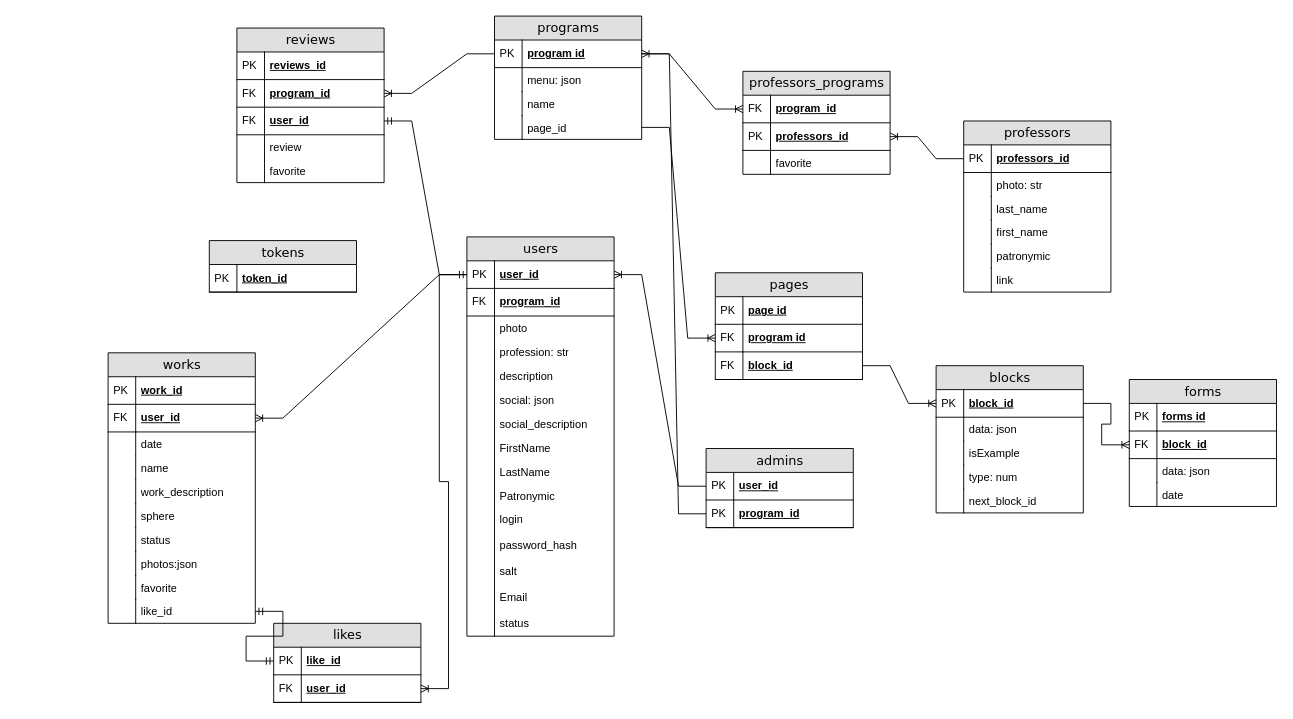
HerzenStudents-ITxD/lending-skills-frontend-docs-2025s keeps this draw.io diagram as Диаграмма без названия.drawio. Above is the earlier version. Source tidied: cells renumbered, new cells numbered last; positions are measured from the earlier drawing's top-left corner, leaving out a move shared by most shapes. Both pictures are drawn from the tidied source at 92%, with x=0, y=0 at pixel (108, 16).
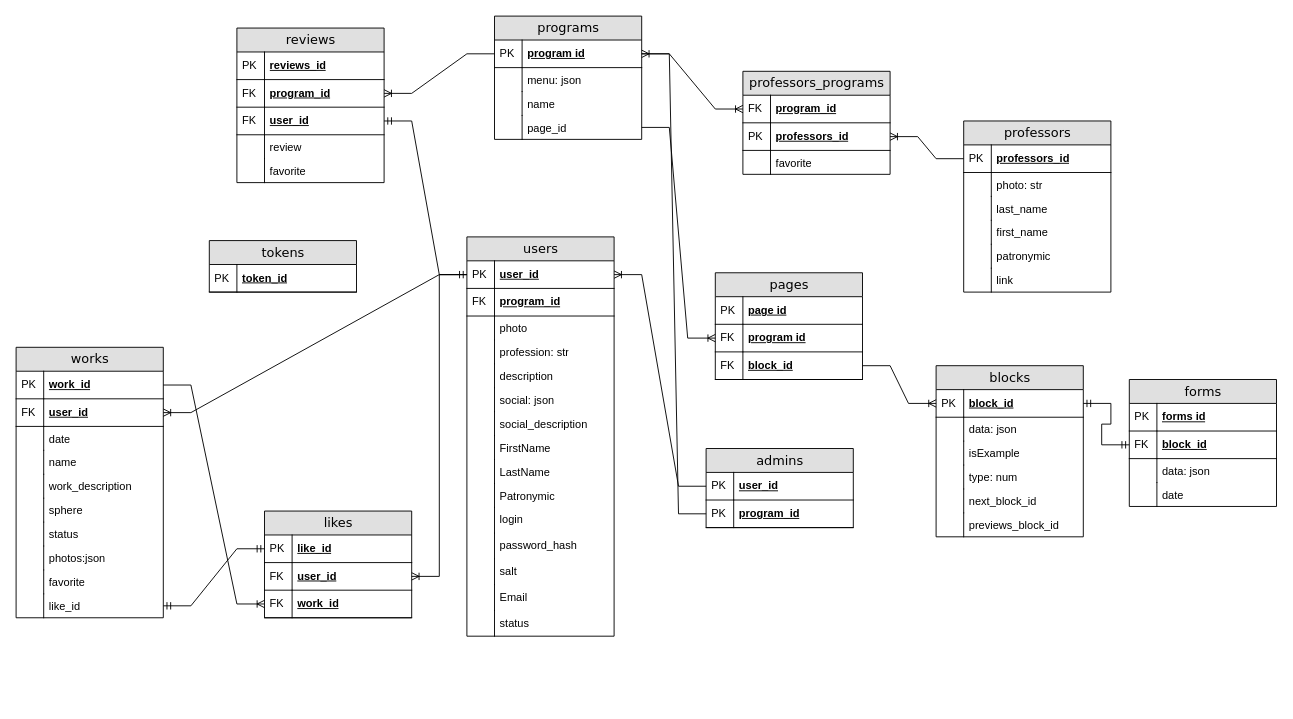
Above is the later version.

The change refers to these unchanged cells:
```xml
<mxCell id="52" value="block_id" style="shape=partialRectangle;top=0;left=0;right=0;bottom=1;html=1;align=left;verticalAlign=middle;fillColor=none;spacingLeft=34;spacingRight=4;whiteSpace=wrap;overflow=hidden;points=[[0,0.5],[1,0.5]];portConstraint=eastwest;fontStyle=5;" parent="51" vertex="1">
  <mxGeometry y="26" width="160" height="30" as="geometry" />
</mxCell>
<mxCell id="101" value="work_id" style="shape=partialRectangle;top=0;left=0;right=0;bottom=1;html=1;align=left;verticalAlign=middle;fillColor=none;spacingLeft=34;spacingRight=4;whiteSpace=wrap;overflow=hidden;points=[[0,0.5],[1,0.5]];portConstraint=eastwest;fontStyle=5;" parent="100" vertex="1">
  <mxGeometry y="26" width="160" height="30" as="geometry" />
</mxCell>
<mxCell id="139" value="block_id" style="shape=partialRectangle;top=0;left=0;right=0;bottom=1;html=1;align=left;verticalAlign=middle;fillColor=none;spacingLeft=34;spacingRight=4;whiteSpace=wrap;overflow=hidden;points=[[0,0.5],[1,0.5]];portConstraint=eastwest;fontStyle=5;" parent="136" vertex="1">
  <mxGeometry y="56" width="160" height="30" as="geometry" />
</mxCell>
```

Diff of the diagram source:
```diff
@@
     <mxCell id="51" value="blocks" style="swimlane;html=1;fontStyle=0;horizontal=1;startSize=26;fillColor=#e0e0e0;swimlaneFillColor=#ffffff;align=center;rounded=0;shadow=0;comic=0;labelBackgroundColor=none;strokeWidth=1;fontFamily=Verdana;fontSize=14;" parent="1" vertex="1">
-      <mxGeometry x="900" y="380" width="160" height="160" as="geometry" />
+      <mxGeometry x="900" y="380" width="160" height="186" as="geometry" />
     </mxCell>
@@
+    <mxCell id="146" value="previews_block_id" style="shape=partialRectangle;top=0;left=0;right=0;bottom=0;html=1;align=left;verticalAlign=top;fillColor=none;spacingLeft=34;spacingRight=4;whiteSpace=wrap;overflow=hidden;" parent="51" vertex="1">
+      <mxGeometry y="160" width="160" height="26" as="geometry" />
+    </mxCell>
+    <mxCell id="147" style="shape=partialRectangle;top=0;left=0;bottom=0;html=1;fillColor=none;align=left;verticalAlign=top;spacingLeft=4;spacingRight=4;whiteSpace=wrap;overflow=hidden;" parent="146" vertex="1">
+      <mxGeometry width="30" height="26" as="geometry" />
+    </mxCell>
@@
     <mxCell id="100" value="works" style="swimlane;html=1;fontStyle=0;horizontal=1;startSize=26;fillColor=#e0e0e0;swimlaneFillColor=#ffffff;align=center;rounded=0;shadow=0;comic=0;labelBackgroundColor=none;strokeWidth=1;fontFamily=Verdana;fontSize=14;" parent="1" vertex="1">
-      <mxGeometry y="366" width="160" height="294" as="geometry" />
+      <mxGeometry x="-100" y="360" width="160" height="294" as="geometry" />
     </mxCell>
@@
     <mxCell id="127" value="likes" style="swimlane;html=1;fontStyle=0;horizontal=1;startSize=26;fillColor=#e0e0e0;swimlaneFillColor=#ffffff;align=center;rounded=0;shadow=0;comic=0;labelBackgroundColor=none;strokeWidth=1;fontFamily=Verdana;fontSize=14;" parent="1" vertex="1">
-      <mxGeometry x="180" y="660" width="160" height="86" as="geometry" />
+      <mxGeometry x="170" y="538" width="160" height="116" as="geometry" />
     </mxCell>
@@
+    <mxCell id="148" value="work_id" style="shape=partialRectangle;top=0;left=0;right=0;bottom=1;html=1;align=left;verticalAlign=middle;fillColor=none;spacingLeft=34;spacingRight=4;whiteSpace=wrap;overflow=hidden;points=[[0,0.5],[1,0.5]];portConstraint=eastwest;fontStyle=5;" parent="127" vertex="1">
+      <mxGeometry y="86" width="160" height="30" as="geometry" />
+    </mxCell>
+    <mxCell id="149" value="FK" style="shape=partialRectangle;top=0;left=0;bottom=0;html=1;fillColor=none;align=left;verticalAlign=middle;spacingLeft=4;spacingRight=4;whiteSpace=wrap;overflow=hidden;" parent="148" vertex="1">
+      <mxGeometry width="30" height="30" as="geometry" />
+    </mxCell>
@@
-    <mxCell id="145" style="edgeStyle=entityRelationEdgeStyle;fontSize=12;html=1;endArrow=ERoneToMany;rounded=0;" parent="1" edge="1" source="52" target="139">
-      <mxGeometry relative="1" as="geometry" />
-    </mxCell>
+    <mxCell id="150" style="edgeStyle=entityRelationEdgeStyle;fontSize=12;html=1;endArrow=ERoneToMany;rounded=0;" parent="1" edge="1" source="101" target="148">
+      <mxGeometry relative="1" as="geometry" />
+    </mxCell>
+    <mxCell id="151" style="edgeStyle=entityRelationEdgeStyle;fontSize=12;html=1;endArrow=ERmandOne;startArrow=ERmandOne;rounded=0;" parent="1" edge="1" source="139" target="52">
+      <mxGeometry relative="1" as="geometry" />
+    </mxCell>
```
